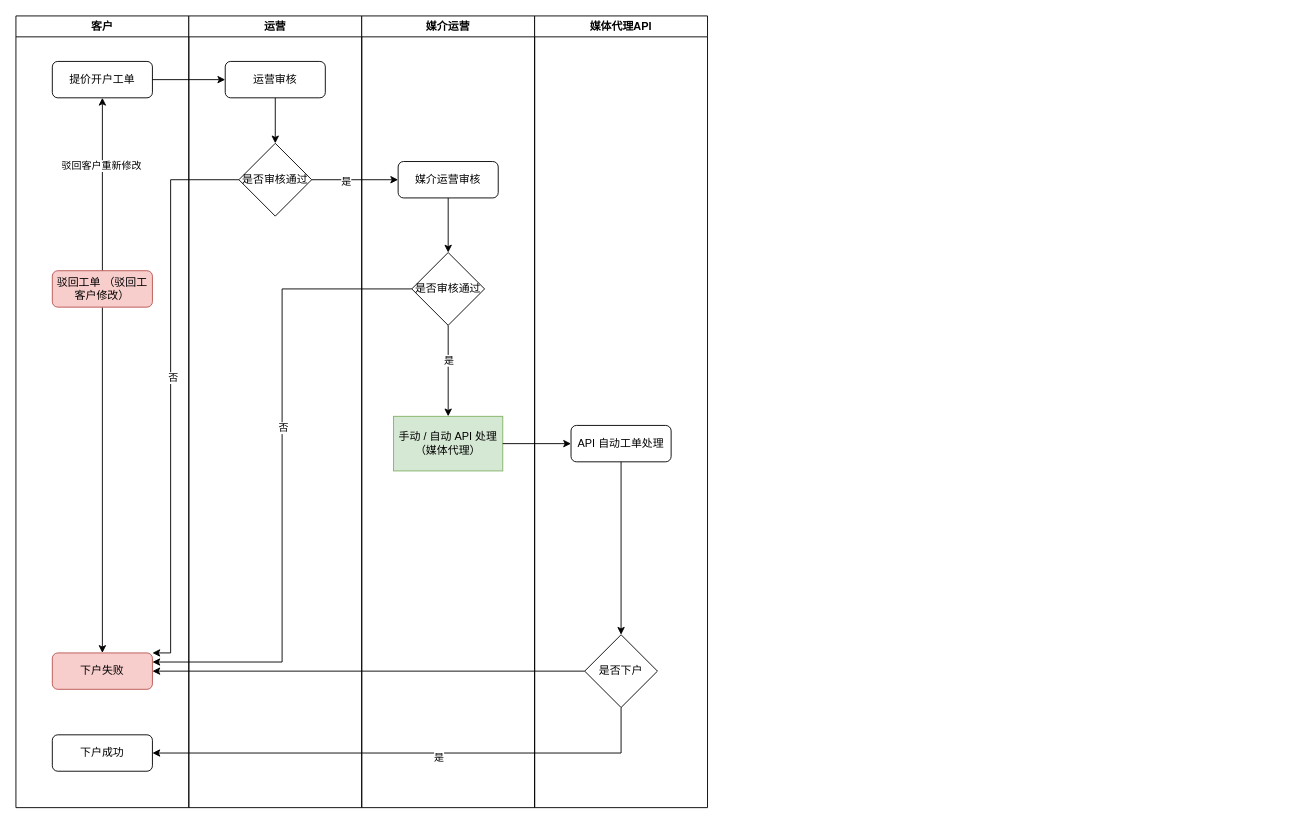
The draw.io diagram 开户工单SOP.drawio in Leo-Lee-j/sketch, before the edit. Source tidied: cells renumbered, new cells numbered last; positions are measured from the earlier drawing's top-left corner, leaving out a move shared by most shapes. Both pictures are drawn from the tidied source at 91%, with x=0, y=0 at pixel (15, 15).
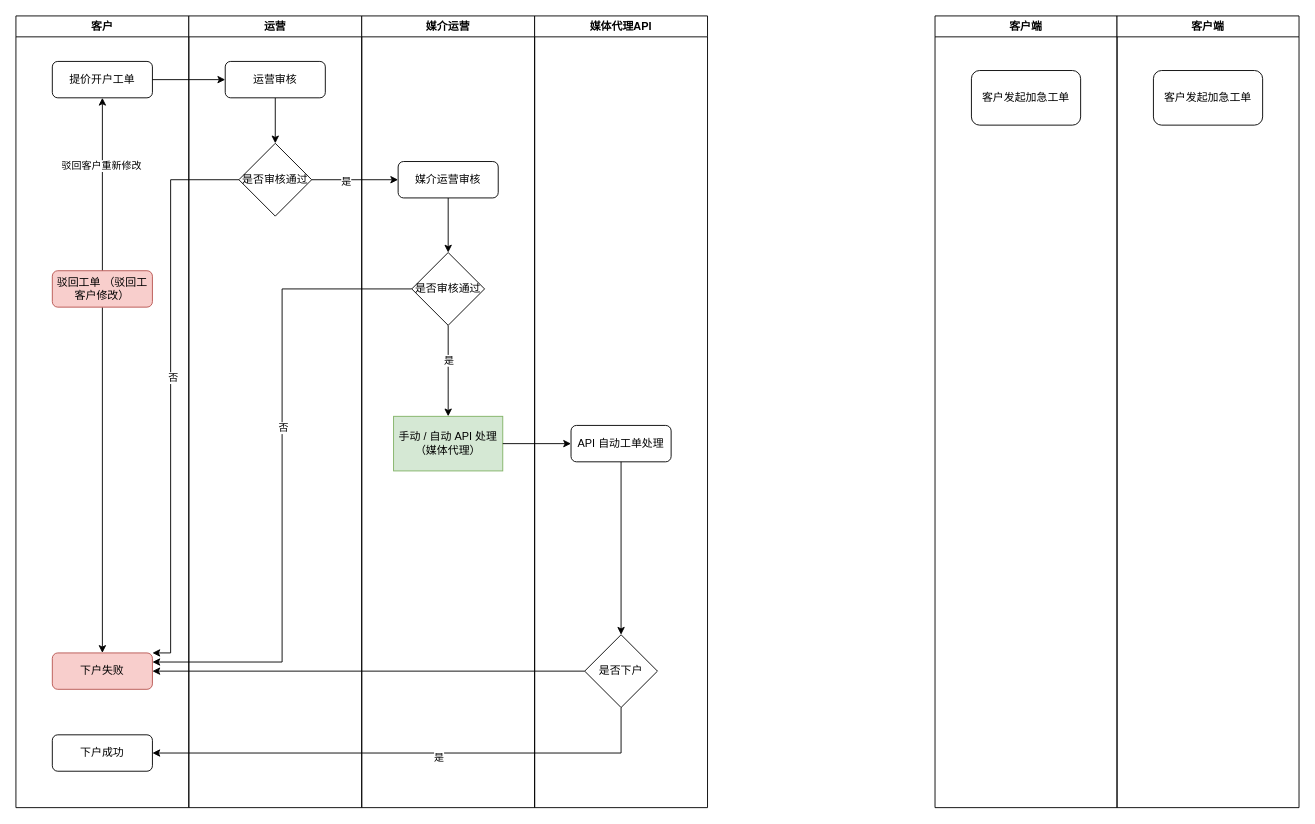
The same diagram, later.

Commit message:
更新开户工单SOP.drawio

The edit, as a diff of the source:
```diff
@@
+    <mxCell id="36" value="客户端" style="swimlane;whiteSpace=wrap;html=1;" parent="1" vertex="1">
+      <mxGeometry x="1010" width="200" height="870" as="geometry" />
+    </mxCell>
+    <mxCell id="37" value="客户发起加急工单" style="rounded=1;whiteSpace=wrap;html=1;" parent="36" vertex="1">
+      <mxGeometry x="40" y="60" width="120" height="60" as="geometry" />
+    </mxCell>
+    <mxCell id="38" value="客户端" style="swimlane;whiteSpace=wrap;html=1;" parent="1" vertex="1">
+      <mxGeometry x="1210" width="200" height="870" as="geometry" />
+    </mxCell>
+    <mxCell id="39" value="客户发起加急工单" style="rounded=1;whiteSpace=wrap;html=1;" parent="38" vertex="1">
+      <mxGeometry x="40" y="60" width="120" height="60" as="geometry" />
+    </mxCell>
```
